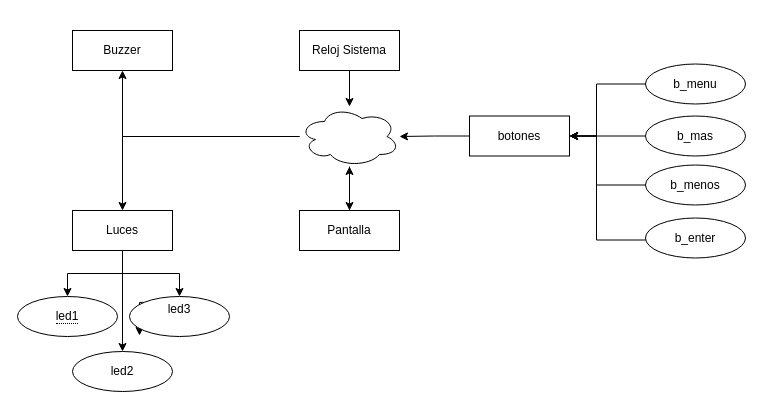
Before: page "esq_Partes" (1 of 3) of despertadorSolar.drawio in jormiDev/despertadorSolar, a draw.io diagram. Source tidied: cells renumbered, new cells numbered last; positions are measured from the earlier drawing's top-left corner, leaving out a move shared by most shapes. Both pictures are drawn from the tidied source at 100%, with x=0, y=0 at pixel (17, 17).
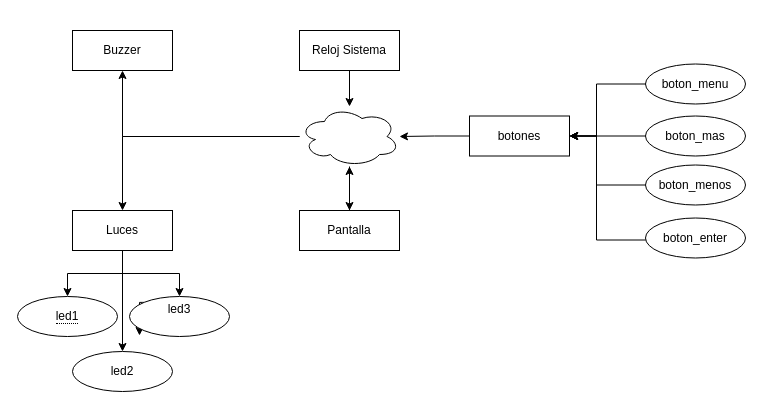
The same page after the edit.

Commit message (it also covers changes not shown here):
20250721 dSolar_boton func  queBoton creada test completo drawio - actualizado objetos, esquema partes GHub project - actualizado OK iteracion 1   DS_boton

The change refers to these unchanged cells:
```xml
<mxCell id="20" style="group;" parent="1" vertex="1">
  <mxGeometry x="452" y="-0.5" width="279" height="241" as="geometry" />
</mxCell>
```

What changed in the source:
```diff
@@
-    <mxCell id="21" value="b_menu" style="ellipse;whiteSpace=wrap;html=1;align=center;" parent="20" vertex="1">
+    <mxCell id="21" value="boton_menu" style="ellipse;whiteSpace=wrap;html=1;align=center;" parent="20" vertex="1">
       <mxGeometry x="176" y="47" width="100" height="40" as="geometry" />
     </mxCell>
-    <mxCell id="22" value="b_mas" style="ellipse;whiteSpace=wrap;html=1;align=center;" parent="20" vertex="1">
+    <mxCell id="22" value="boton_mas" style="ellipse;whiteSpace=wrap;html=1;align=center;" parent="20" vertex="1">
       <mxGeometry x="176" y="99" width="100" height="40" as="geometry" />
     </mxCell>
-    <mxCell id="23" value="b_menos" style="ellipse;whiteSpace=wrap;html=1;align=center;" parent="20" vertex="1">
+    <mxCell id="23" value="boton_menos" style="ellipse;whiteSpace=wrap;html=1;align=center;" parent="20" vertex="1">
       <mxGeometry x="176" y="148" width="100" height="40" as="geometry" />
     </mxCell>
-    <mxCell id="24" value="b_enter" style="ellipse;whiteSpace=wrap;html=1;align=center;" parent="20" vertex="1">
+    <mxCell id="24" value="boton_enter" style="ellipse;whiteSpace=wrap;html=1;align=center;" parent="20" vertex="1">
       <mxGeometry x="176" y="201" width="100" height="40" as="geometry" />
     </mxCell>
```
